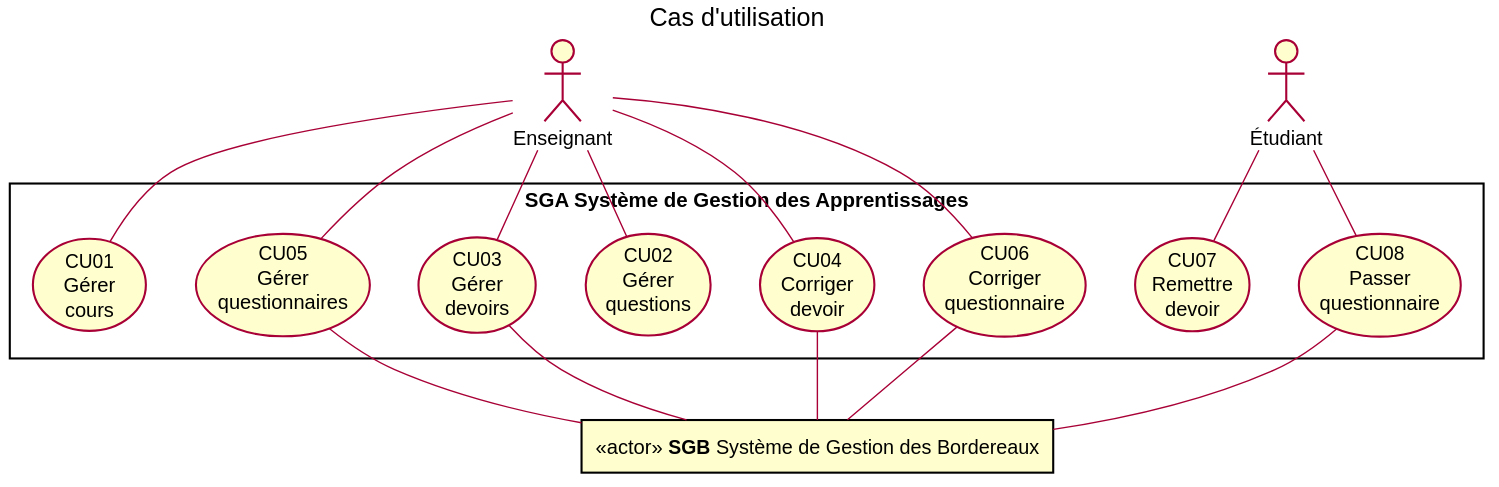
profcfuhrmanets/log210-enonce-lab1 keeps this PlantUML diagram as README-exigences-client/DiagCasUtilisation.svg. Above is the earlier version. Source of this version:
```plantuml
@startuml DiagCasUtilisation
title Cas d'utilisation
skinparam style strictuml
rectangle "SGA Système de Gestion des Apprentissages" {
(CU01\nGérer\ncours) as gc
(CU02\nGérer\nquestions) as gq2
(CU03\nGérer\ndevoirs) as gd
(CU04\nCorriger\ndevoir) as cd
(CU05\nGérer\nquestionnaires) as gq1
(CU06\nCorriger\nquestionnaire) as cq
(CU07\nRemettre\ndevoir) as rd
(CU08\nPasser\nquestionnaire) as pq
}
actor "Enseignant" as P
actor "Étudiant" as E
rectangle "<<actor>> **SGB** Système de Gestion des Bordereaux" as signets
P -- gc
P -- gq1
P -- gq2
P -- gd
P -- cd
P -- cq
E -- pq
E -- rd
signets -u- gq1
signets -u- gd
signets -u- pq
signets -u- cd
signets -u- cq
@enduml
```
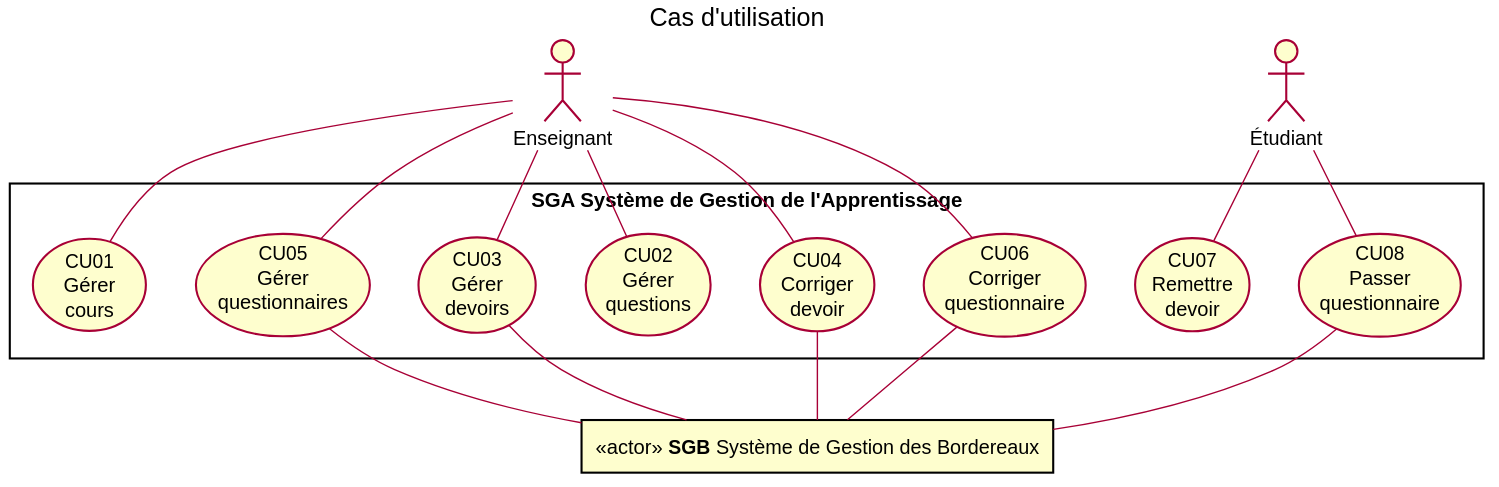
Later version of the same file.

The edit, as a diff of the source:
```diff
@@ -1,15 +1,15 @@
 @startuml DiagCasUtilisation
 title Cas d'utilisation
 skinparam style strictuml
-rectangle "SGA Système de Gestion des Apprentissages" {
-(CU01\nGérer\ncours) as gc
-(CU02\nGérer\nquestions) as gq2
-(CU03\nGérer\ndevoirs) as gd
-(CU04\nCorriger\ndevoir) as cd
-(CU05\nGérer\nquestionnaires) as gq1
-(CU06\nCorriger\nquestionnaire) as cq
-(CU07\nRemettre\ndevoir) as rd
-(CU08\nPasser\nquestionnaire) as pq
+rectangle "SGA Système de Gestion de l'Apprentissage" {
+    (CU01\nGérer\ncours) as gc
+    (CU02\nGérer\nquestions) as gq2
+    (CU03\nGérer\ndevoirs) as gd
+    (CU04\nCorriger\ndevoir) as cd
+    (CU05\nGérer\nquestionnaires) as gq1
+    (CU06\nCorriger\nquestionnaire) as cq
+    (CU07\nRemettre\ndevoir) as rd
+    (CU08\nPasser\nquestionnaire) as pq
 }
 actor "Enseignant" as P
 actor "Étudiant" as E
```
